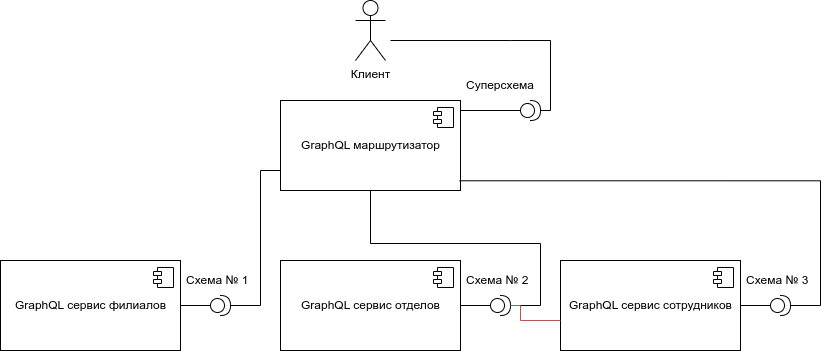
Earlier version of the draw.io export images/cd-with-link.png (andrey-nakin/presentation-graphql). Source tidied: cells renumbered, new cells last; positions are measured from the earlier drawing's top-left corner, leaving out a move shared by most shapes. The source it was exported from:
```xml
<mxGraphModel>
  <root>
    <mxCell id="0" />
    <mxCell id="1" parent="0" />
    <mxCell id="2" style="shape=providedRequiredInterface;html=1;verticalLabelPosition=bottom;sketch=0;" parent="1" vertex="1">
      <mxGeometry x="520" y="100" width="20" height="20" as="geometry" />
    </mxCell>
    <mxCell id="3" style="endArrow=none;html=1;edgeStyle=orthogonalEdgeStyle;rounded=0;exitX=1;exitY=0.5;exitDx=0;exitDy=0;exitPerimeter=0;" parent="1" edge="1" source="2">
      <mxGeometry relative="1" as="geometry">
        <mxPoint x="390" y="40" as="targetPoint" />
        <Array as="points">
          <mxPoint x="550" y="110" />
          <mxPoint x="550" y="40" />
          <mxPoint x="510" y="40" />
        </Array>
      </mxGeometry>
    </mxCell>
    <mxCell id="4" value="GraphQL маршрутизатор" style="html=1;" parent="1" vertex="1">
      <mxGeometry x="280" y="100" width="180" height="90" as="geometry" />
    </mxCell>
    <mxCell id="5" style="shape=module;jettyWidth=8;jettyHeight=4;" parent="4" vertex="1">
      <mxGeometry x="1" width="20" height="20" relative="1" as="geometry">
        <mxPoint x="-27" y="7" as="offset" />
      </mxGeometry>
    </mxCell>
    <mxCell id="6" style="endArrow=none;html=1;edgeStyle=orthogonalEdgeStyle;rounded=0;entryX=0;entryY=0.5;entryDx=0;entryDy=0;entryPerimeter=0;" parent="1" edge="1" source="4" target="2">
      <mxGeometry relative="1" as="geometry">
        <Array as="points">
          <mxPoint x="520" y="110" />
        </Array>
      </mxGeometry>
    </mxCell>
    <mxCell id="7" value="Клиент&lt;br&gt;" style="shape=umlActor;verticalLabelPosition=bottom;verticalAlign=top;html=1;" parent="1" vertex="1">
      <mxGeometry x="355" width="30" height="60" as="geometry" />
    </mxCell>
    <mxCell id="8" value="GraphQL сервис филиалов" style="html=1;" parent="1" vertex="1">
      <mxGeometry y="260" width="180" height="90" as="geometry" />
    </mxCell>
    <mxCell id="9" style="shape=module;jettyWidth=8;jettyHeight=4;" parent="8" vertex="1">
      <mxGeometry x="1" width="20" height="20" relative="1" as="geometry">
        <mxPoint x="-27" y="7" as="offset" />
      </mxGeometry>
    </mxCell>
    <mxCell id="10" style="shape=providedRequiredInterface;html=1;verticalLabelPosition=bottom;sketch=0;" parent="1" vertex="1">
      <mxGeometry x="210" y="295" width="20" height="20" as="geometry" />
    </mxCell>
    <mxCell id="11" style="endArrow=none;html=1;edgeStyle=orthogonalEdgeStyle;rounded=0;" parent="1" edge="1" source="8" target="10">
      <mxGeometry relative="1" as="geometry" />
    </mxCell>
    <mxCell id="12" value="Схема № 1" style="text;strokeColor=none;fillColor=none;align=left;verticalAlign=middle;spacingLeft=4;spacingRight=4;overflow=hidden;whiteSpace=wrap;html=1;" parent="1" vertex="1">
      <mxGeometry x="180" y="265" width="80" height="30" as="geometry" />
    </mxCell>
    <mxCell id="13" value="GraphQL сервис отделов" style="html=1;" parent="1" vertex="1">
      <mxGeometry x="280" y="260" width="180" height="90" as="geometry" />
    </mxCell>
    <mxCell id="14" style="shape=module;jettyWidth=8;jettyHeight=4;" parent="13" vertex="1">
      <mxGeometry x="1" width="20" height="20" relative="1" as="geometry">
        <mxPoint x="-27" y="7" as="offset" />
      </mxGeometry>
    </mxCell>
    <mxCell id="15" style="shape=providedRequiredInterface;html=1;verticalLabelPosition=bottom;sketch=0;" parent="1" vertex="1">
      <mxGeometry x="490" y="295" width="20" height="20" as="geometry" />
    </mxCell>
    <mxCell id="16" style="endArrow=none;html=1;edgeStyle=orthogonalEdgeStyle;rounded=0;" parent="1" edge="1" source="13" target="15">
      <mxGeometry relative="1" as="geometry" />
    </mxCell>
    <mxCell id="17" value="Схема № 2" style="text;strokeColor=none;fillColor=none;align=left;verticalAlign=middle;spacingLeft=4;spacingRight=4;overflow=hidden;whiteSpace=wrap;html=1;" parent="1" vertex="1">
      <mxGeometry x="460" y="265" width="80" height="30" as="geometry" />
    </mxCell>
    <mxCell id="18" value="GraphQL сервис сотрудников" style="html=1;" parent="1" vertex="1">
      <mxGeometry x="560" y="260" width="180" height="90" as="geometry" />
    </mxCell>
    <mxCell id="19" style="shape=module;jettyWidth=8;jettyHeight=4;" parent="18" vertex="1">
      <mxGeometry x="1" width="20" height="20" relative="1" as="geometry">
        <mxPoint x="-27" y="7" as="offset" />
      </mxGeometry>
    </mxCell>
    <mxCell id="20" style="shape=providedRequiredInterface;html=1;verticalLabelPosition=bottom;sketch=0;" parent="1" vertex="1">
      <mxGeometry x="770" y="295" width="20" height="20" as="geometry" />
    </mxCell>
    <mxCell id="21" style="endArrow=none;html=1;edgeStyle=orthogonalEdgeStyle;rounded=0;" parent="1" edge="1" source="18" target="20">
      <mxGeometry relative="1" as="geometry" />
    </mxCell>
    <mxCell id="22" value="Схема № 3" style="text;strokeColor=none;fillColor=none;align=left;verticalAlign=middle;spacingLeft=4;spacingRight=4;overflow=hidden;whiteSpace=wrap;html=1;" parent="1" vertex="1">
      <mxGeometry x="740" y="265" width="80" height="30" as="geometry" />
    </mxCell>
    <mxCell id="23" style="endArrow=none;html=1;edgeStyle=orthogonalEdgeStyle;rounded=0;exitX=1;exitY=0.5;exitDx=0;exitDy=0;exitPerimeter=0;" parent="1" edge="1" source="10" target="4">
      <mxGeometry relative="1" as="geometry">
        <Array as="points">
          <mxPoint x="260" y="305" />
          <mxPoint x="260" y="170" />
        </Array>
      </mxGeometry>
    </mxCell>
    <mxCell id="24" style="endArrow=none;html=1;edgeStyle=orthogonalEdgeStyle;rounded=0;exitX=1;exitY=0.5;exitDx=0;exitDy=0;exitPerimeter=0;" parent="1" edge="1" source="15" target="4">
      <mxGeometry relative="1" as="geometry">
        <Array as="points">
          <mxPoint x="540" y="305" />
          <mxPoint x="540" y="243" />
          <mxPoint x="370" y="243" />
        </Array>
      </mxGeometry>
    </mxCell>
    <mxCell id="25" style="endArrow=none;html=1;edgeStyle=orthogonalEdgeStyle;rounded=0;exitX=1;exitY=0.5;exitDx=0;exitDy=0;exitPerimeter=0;entryX=0.995;entryY=0.892;entryDx=0;entryDy=0;entryPerimeter=0;" parent="1" edge="1" source="20" target="4">
      <mxGeometry relative="1" as="geometry">
        <Array as="points">
          <mxPoint x="820" y="305" />
          <mxPoint x="820" y="180" />
        </Array>
      </mxGeometry>
    </mxCell>
    <mxCell id="26" value="Суперсхема" style="text;strokeColor=none;fillColor=none;align=left;verticalAlign=middle;spacingLeft=4;spacingRight=4;overflow=hidden;whiteSpace=wrap;html=1;" parent="1" vertex="1">
      <mxGeometry x="460" y="70" width="80" height="30" as="geometry" />
    </mxCell>
    <mxCell id="27" style="endArrow=none;html=1;edgeStyle=orthogonalEdgeStyle;rounded=0;exitX=1;exitY=0.5;exitDx=0;exitDy=0;exitPerimeter=0;fillColor=#f8cecc;strokeColor=#b85450;" parent="1" edge="1" source="15" target="18">
      <mxGeometry relative="1" as="geometry">
        <Array as="points">
          <mxPoint x="520" y="305" />
          <mxPoint x="520" y="320" />
        </Array>
      </mxGeometry>
    </mxCell>
  </root>
</mxGraphModel>
```
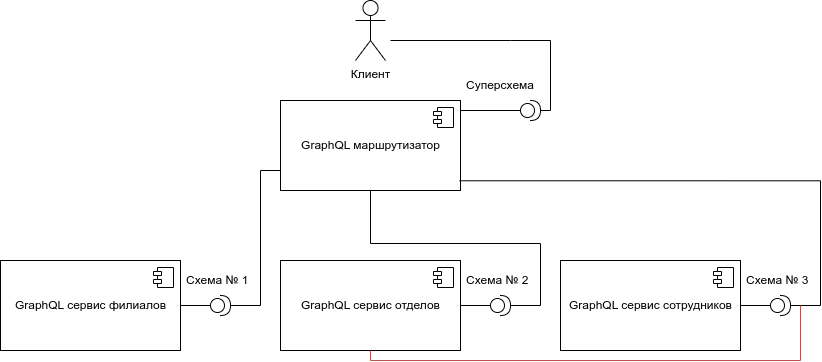
Later version of the same file.

Change to the diagram source:
```diff
@@ -112,11 +112,12 @@
     <mxCell id="26" value="Суперсхема" style="text;strokeColor=none;fillColor=none;align=left;verticalAlign=middle;spacingLeft=4;spacingRight=4;overflow=hidden;whiteSpace=wrap;html=1;" parent="1" vertex="1">
       <mxGeometry x="460" y="70" width="80" height="30" as="geometry" />
     </mxCell>
-    <mxCell id="27" style="endArrow=none;html=1;edgeStyle=orthogonalEdgeStyle;rounded=0;exitX=1;exitY=0.5;exitDx=0;exitDy=0;exitPerimeter=0;fillColor=#f8cecc;strokeColor=#b85450;" parent="1" edge="1" source="15" target="18">
+    <mxCell id="27" style="endArrow=none;html=1;edgeStyle=orthogonalEdgeStyle;rounded=0;fillColor=#f8cecc;strokeColor=#b85450;" parent="1" edge="1" source="13">
       <mxGeometry relative="1" as="geometry">
+        <mxPoint x="800" y="305" as="targetPoint" />
         <Array as="points">
-          <mxPoint x="520" y="305" />
-          <mxPoint x="520" y="320" />
+          <mxPoint x="370" y="360" />
+          <mxPoint x="800" y="360" />
         </Array>
       </mxGeometry>
     </mxCell>
```
